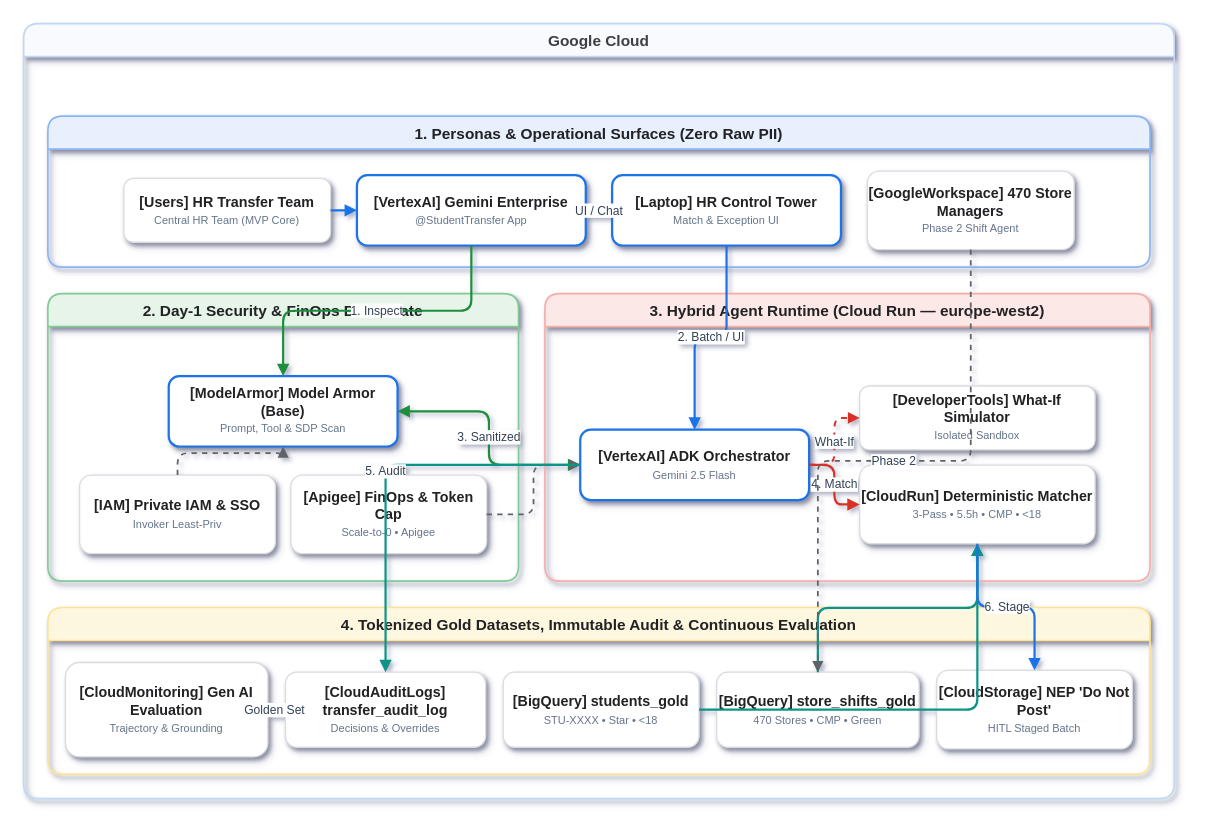
Earlier version of the draw.io diagram diagrams/next_student_transfer_arch.drawio (yenchau-google/talent-management). Source tidied: cells renumbered, new cells numbered last; positions are measured from the earlier drawing's top-left corner, leaving out a move shared by most shapes. Both pictures are drawn from the tidied source at 110%, with x=0, y=0 at pixel (23, 23).
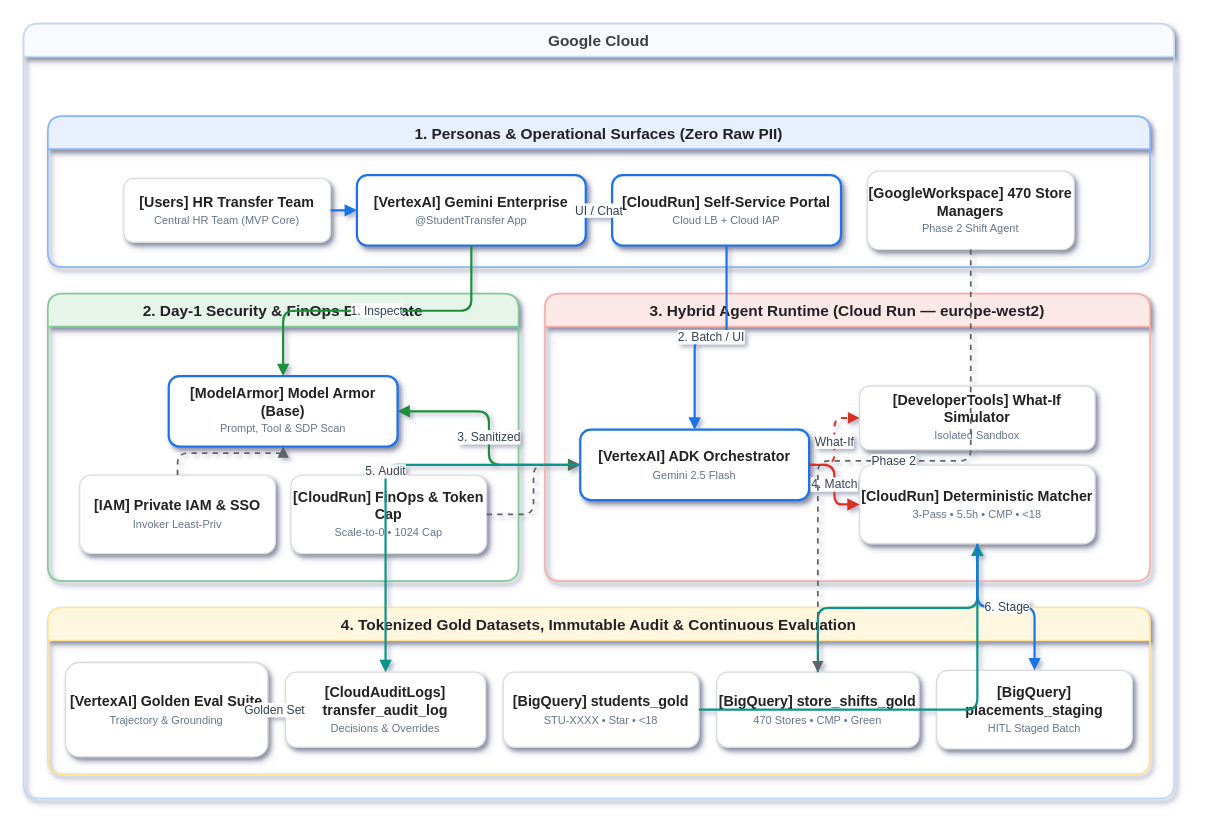
The same diagram, later.

The change refers to these unchanged cells:
```xml
<mxCell id="3" value="1. Personas &amp; Operational Surfaces (Zero Raw PII)" style="swimlane;fontStyle=1;horizontal=1;startSize=30;rounded=1;fillColor=#e8f0fe;strokeColor=#8ab4f8;strokeWidth=1.5;fontColor=#202124;fontSize=14;shadow=1;" parent="2" vertex="1">
  <mxGeometry x="22" y="84" width="1002" height="137.4" as="geometry" />
</mxCell>
<mxCell id="5" style="group;html=1;fillColor=none;strokeColor=none;" parent="4" vertex="1">
  <mxGeometry x="28.9" y="165" width="370" height="71.4" as="geometry" />
</mxCell>
<mxCell id="8" value="4. Tokenized Gold Datasets, Immutable Audit &amp; Continuous Evaluation" style="swimlane;fontStyle=1;horizontal=1;startSize=30;rounded=1;fillColor=#fef7e0;strokeColor=#fde293;strokeWidth=1.5;fontColor=#202124;fontSize=14;shadow=1;" parent="2" vertex="1">
  <mxGeometry x="22" y="530.8" width="1002" height="151.7" as="geometry" />
</mxCell>
```

Change to the diagram source:
```diff
@@
-    <mxCell id="11" value="&lt;b&gt;[Laptop] HR Control Tower&lt;/b&gt;&lt;br&gt;&lt;font color='#64748B' size='1'&gt;Match &amp; Exception UI&lt;/font&gt;" style="rounded=1;arcSize=15;whiteSpace=wrap;html=1;fillColor=#ffffff;strokeColor=#1a73e8;strokeWidth=2;fontColor=#202124;fontSize=13;shadow=1;" parent="3" vertex="1">
+    <mxCell id="11" value="&lt;b&gt;[CloudRun] Self-Service Portal&lt;/b&gt;&lt;br&gt;&lt;font color='#64748B' size='1'&gt;Cloud LB + Cloud IAP&lt;/font&gt;" style="rounded=1;arcSize=15;whiteSpace=wrap;html=1;fillColor=#ffffff;strokeColor=#1a73e8;strokeWidth=2;fontColor=#202124;fontSize=13;shadow=1;" parent="3" vertex="1">
       <mxGeometry x="513" y="53.7" width="208" height="64" as="geometry" />
     </mxCell>
@@
-    <mxCell id="15" value="&lt;b&gt;[Apigee] FinOps &amp; Token Cap&lt;/b&gt;&lt;br&gt;&lt;font color='#64748B' size='1'&gt;Scale-to-0 • Apigee&lt;/font&gt;" style="rounded=1;arcSize=15;whiteSpace=wrap;html=1;fillColor=#ffffff;strokeColor=#dadce0;strokeWidth=1.2;fontColor=#202124;fontSize=13;shadow=1;" parent="5" vertex="1">
+    <mxCell id="15" value="&lt;b&gt;[CloudRun] FinOps &amp; Token Cap&lt;/b&gt;&lt;br&gt;&lt;font color='#64748B' size='1'&gt;Scale-to-0 • 1024 Cap&lt;/font&gt;" style="rounded=1;arcSize=15;whiteSpace=wrap;html=1;fillColor=#ffffff;strokeColor=#dadce0;strokeWidth=1.2;fontColor=#202124;fontSize=13;shadow=1;" parent="5" vertex="1">
       <mxGeometry x="192" width="178" height="71.4" as="geometry" />
     </mxCell>
@@
-    <mxCell id="19" value="&lt;b&gt;[CloudMonitoring] Gen AI Evaluation&lt;/b&gt;&lt;br&gt;&lt;font color='#64748B' size='1'&gt;Trajectory &amp; Grounding&lt;/font&gt;" style="rounded=1;arcSize=15;whiteSpace=wrap;html=1;fillColor=#ffffff;strokeColor=#dadce0;strokeWidth=1.2;fontColor=#202124;fontSize=13;shadow=1;" parent="8" vertex="1">
+    <mxCell id="19" value="&lt;b&gt;[VertexAI] Golden Eval Suite&lt;/b&gt;&lt;br&gt;&lt;font color='#64748B' size='1'&gt;Trajectory &amp; Grounding&lt;/font&gt;" style="rounded=1;arcSize=15;whiteSpace=wrap;html=1;fillColor=#ffffff;strokeColor=#dadce0;strokeWidth=1.2;fontColor=#202124;fontSize=13;shadow=1;" parent="8" vertex="1">
       <mxGeometry x="16" y="50" width="184" height="85.7" as="geometry" />
     </mxCell>
@@
-    <mxCell id="23" value="&lt;b&gt;[CloudStorage] NEP 'Do Not Post'&lt;/b&gt;&lt;br&gt;&lt;font color='#64748B' size='1'&gt;HITL Staged Batch&lt;/font&gt;" style="rounded=1;arcSize=15;whiteSpace=wrap;html=1;fillColor=#ffffff;strokeColor=#dadce0;strokeWidth=1.2;fontColor=#202124;fontSize=13;shadow=1;" parent="8" vertex="1">
+    <mxCell id="23" value="&lt;b&gt;[BigQuery] placements_staging&lt;/b&gt;&lt;br&gt;&lt;font color='#64748B' size='1'&gt;HITL Staged Batch&lt;/font&gt;" style="rounded=1;arcSize=15;whiteSpace=wrap;html=1;fillColor=#ffffff;strokeColor=#dadce0;strokeWidth=1.2;fontColor=#202124;fontSize=13;shadow=1;" parent="8" vertex="1">
       <mxGeometry x="808" y="57.1" width="178" height="71.4" as="geometry" />
     </mxCell>
```
